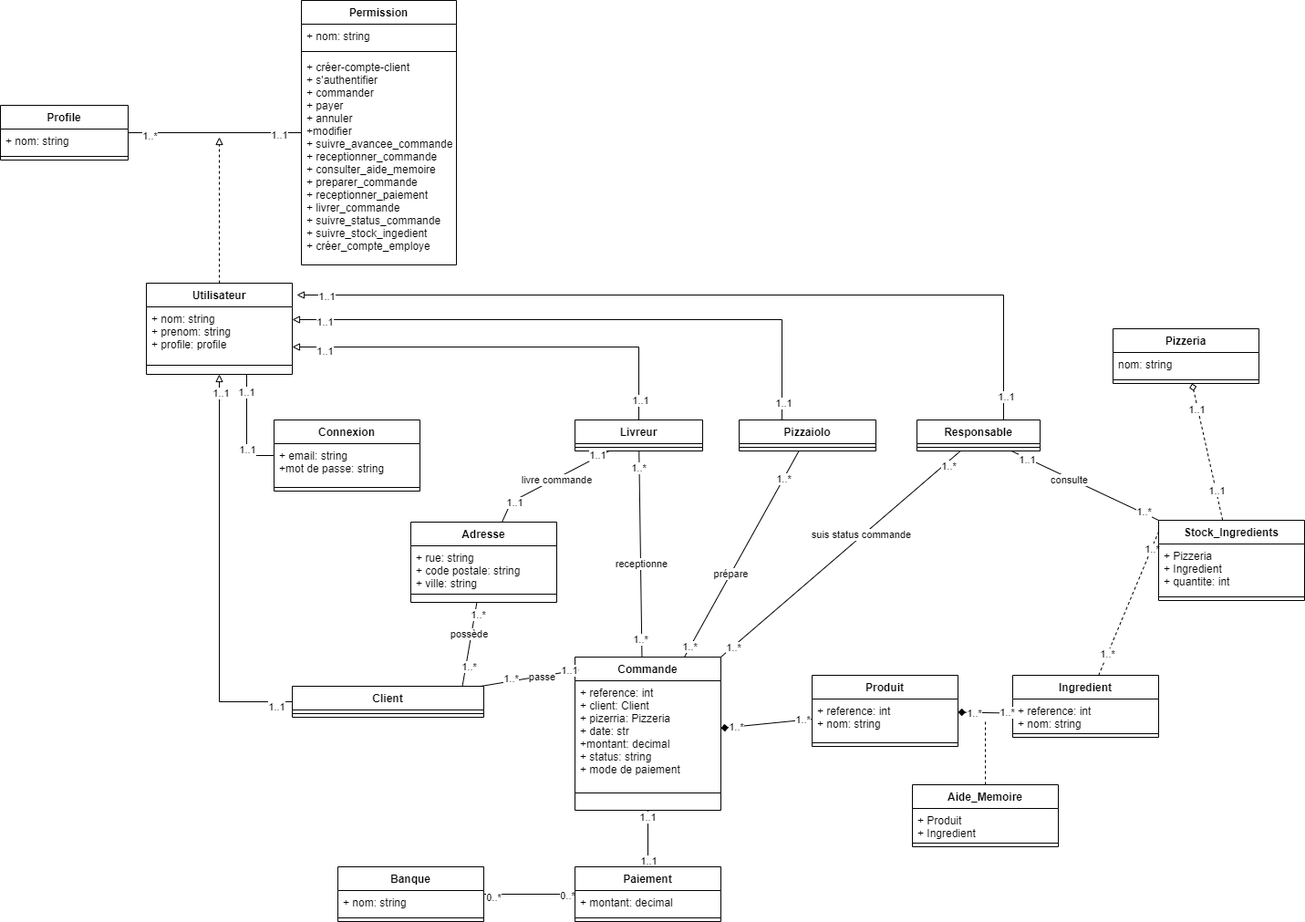
Above: documentation/diagrameDeClasses1.png in jbbaillet85/OCpizzas (draw.io), before the change. Source tidied: cells renumbered, new cells last; positions are measured from the earlier drawing's top-left corner, leaving out a move shared by most shapes.
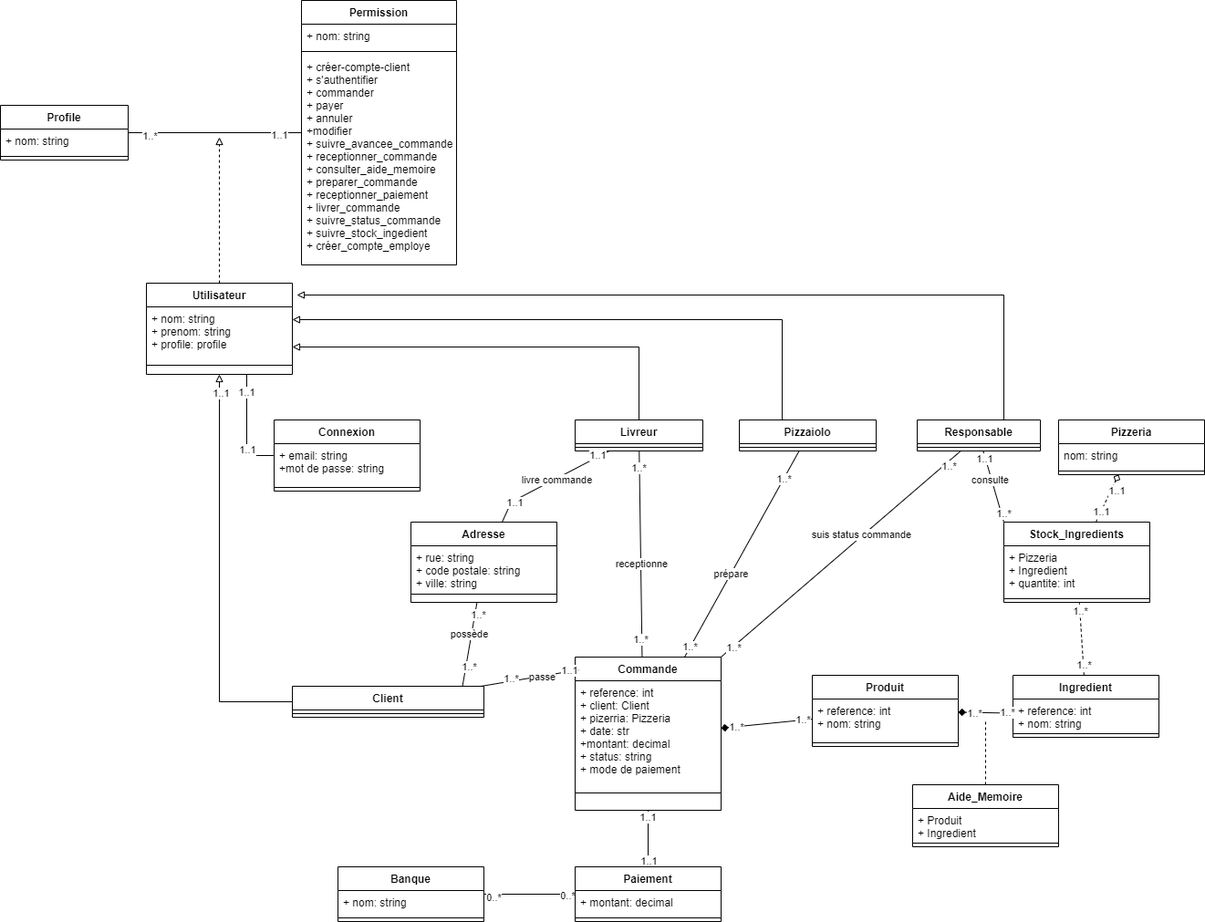
After the change.

Commit message:
diagrame de classe V2

The edit, as a diff of the source:
```diff
@@ -9,9 +9,6 @@
         </Array>
       </mxGeometry>
     </mxCell>
-    <mxCell id="3" value="1..1" style="edgeLabel;html=1;align=center;verticalAlign=middle;" parent="2" vertex="1">
-      <mxGeometry x="0.92" y="-5" relative="1" as="geometry" />
-    </mxCell>
     <mxCell id="4" value="1..1" style="edgeLabel;html=1;align=center;verticalAlign=middle;" parent="2" vertex="1">
       <mxGeometry x="-0.91" y="1" relative="1" as="geometry" />
     </mxCell>
@@ -99,7 +96,7 @@
       <mxGeometry y="70" width="160" height="8" as="geometry" />
     </mxCell>
     <mxCell id="32" value="Pizzeria" style="swimlane;fontStyle=1;align=center;verticalAlign=top;horizontal=1;startSize=26;" parent="1" vertex="1">
-      <mxGeometry x="1220" y="360" width="160" height="60" as="geometry" />
+      <mxGeometry x="1160" y="460" width="160" height="60" as="geometry" />
     </mxCell>
     <mxCell id="33" value="nom: string" style="text;strokeColor=none;fillColor=none;align=left;verticalAlign=top;spacingLeft=4;spacingRight=4;overflow=hidden;" parent="32" vertex="1">
       <mxGeometry y="26" width="160" height="26" as="geometry" />
@@ -107,7 +104,7 @@
     <mxCell id="34" style="line;strokeWidth=1;fillColor=none;align=left;verticalAlign=middle;spacingTop=-1;spacingLeft=3;spacingRight=3;labelPosition=right;" parent="32" vertex="1">
       <mxGeometry y="52" width="160" height="8" as="geometry" />
     </mxCell>
-    <mxCell id="35" style="edgeStyle=none;rounded=0;jettySize=auto;html=1;entryX=-0.001;entryY=0.147;entryDx=0;entryDy=0;entryPerimeter=0;endArrow=none;endFill=0;dashed=1;" parent="1" edge="1" source="38" target="68">
+    <mxCell id="35" style="edgeStyle=none;rounded=0;jettySize=auto;html=1;endArrow=none;endFill=0;dashed=1;" parent="1" edge="1" source="38" target="68">
       <mxGeometry relative="1" as="geometry" />
     </mxCell>
     <mxCell id="36" value="1..*" style="edgeLabel;html=1;align=center;verticalAlign=middle;" parent="35" vertex="1">
@@ -213,7 +210,7 @@
       <mxGeometry x="0.21" y="2" relative="1" as="geometry" />
     </mxCell>
     <mxCell id="68" value="Stock_Ingredients" style="swimlane;fontStyle=1;align=center;verticalAlign=top;horizontal=1;startSize=26;" parent="1" vertex="1">
-      <mxGeometry x="1270" y="570" width="160" height="88" as="geometry" />
+      <mxGeometry x="1100" y="572" width="160" height="88" as="geometry" />
     </mxCell>
     <mxCell id="69" value="+ Pizzeria&#10;+ Ingredient&#10;+ quantite: int" style="text;strokeColor=none;fillColor=none;align=left;verticalAlign=top;spacingLeft=4;spacingRight=4;overflow=hidden;" parent="68" vertex="1">
       <mxGeometry y="26" width="160" height="54" as="geometry" />
@@ -342,12 +339,6 @@
         <mxPoint x="320" y="350" as="sourcePoint" />
       </mxGeometry>
     </mxCell>
-    <mxCell id="108" value="1..1" style="edgeLabel;html=1;align=center;verticalAlign=middle;" parent="107" vertex="1">
-      <mxGeometry x="0.94" y="2" relative="1" as="geometry" />
-    </mxCell>
-    <mxCell id="109" value="1..1" style="edgeLabel;html=1;align=center;verticalAlign=middle;" parent="107" vertex="1">
-      <mxGeometry x="-0.89" y="-2" relative="1" as="geometry" />
-    </mxCell>
     <mxCell id="110" style="edgeStyle=orthogonalEdgeStyle;rounded=0;jettySize=auto;html=1;endArrow=none;endFill=0;startArrow=block;startFill=0;exitX=1.031;exitY=0.13;exitDx=0;exitDy=0;exitPerimeter=0;" parent="1" edge="1" source="6" target="59">
       <mxGeometry relative="1" as="geometry">
         <Array as="points">
@@ -355,12 +346,6 @@
         </Array>
       </mxGeometry>
     </mxCell>
-    <mxCell id="111" value="1..1" style="edgeLabel;html=1;align=center;verticalAlign=middle;" parent="110" vertex="1">
-      <mxGeometry x="-0.93" y="-1" relative="1" as="geometry" />
-    </mxCell>
-    <mxCell id="112" value="1..1" style="edgeLabel;html=1;align=center;verticalAlign=middle;" parent="110" vertex="1">
-      <mxGeometry x="0.95" y="2" relative="1" as="geometry" />
-    </mxCell>
     <mxCell id="113" style="edgeStyle=orthogonalEdgeStyle;rounded=0;jettySize=auto;html=1;entryX=0.5;entryY=0;entryDx=0;entryDy=0;endArrow=none;endFill=0;startArrow=block;startFill=0;" parent="1" edge="1" source="6" target="55">
       <mxGeometry relative="1" as="geometry">
         <Array as="points">
@@ -368,11 +353,5 @@
         </Array>
       </mxGeometry>
     </mxCell>
-    <mxCell id="114" value="1..1" style="edgeLabel;html=1;align=center;verticalAlign=middle;" parent="113" vertex="1">
-      <mxGeometry x="0.9" y="1" relative="1" as="geometry" />
-    </mxCell>
-    <mxCell id="115" value="1..1" style="edgeLabel;html=1;align=center;verticalAlign=middle;" parent="113" vertex="1">
-      <mxGeometry x="-0.85" y="-4" relative="1" as="geometry" />
-    </mxCell>
   </root>
 </mxGraphModel>
```
